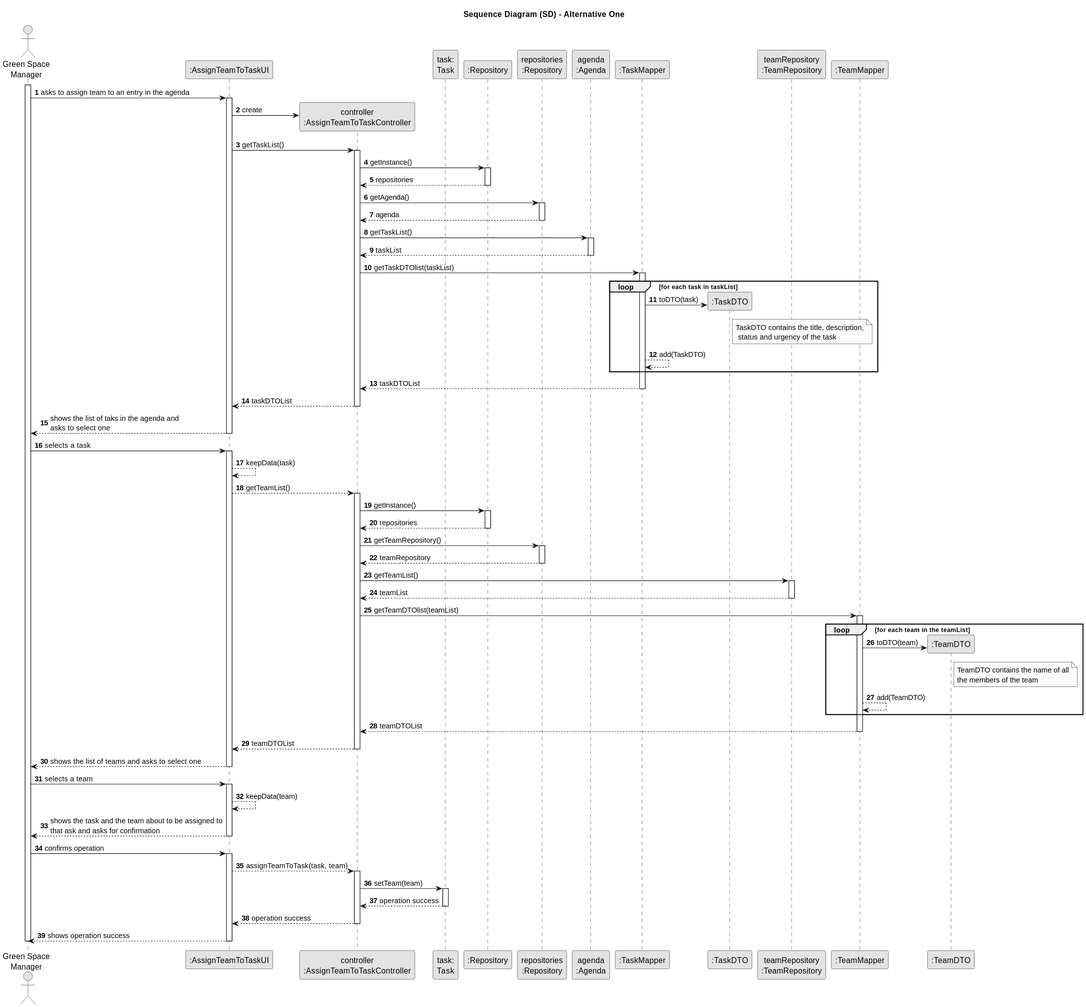
The PlantUML diagram docs/sprintC/us023/03.design/svg/us023-sequence-diagram.svg in Rui-San/LAPR2_2023_2024, before a commit.
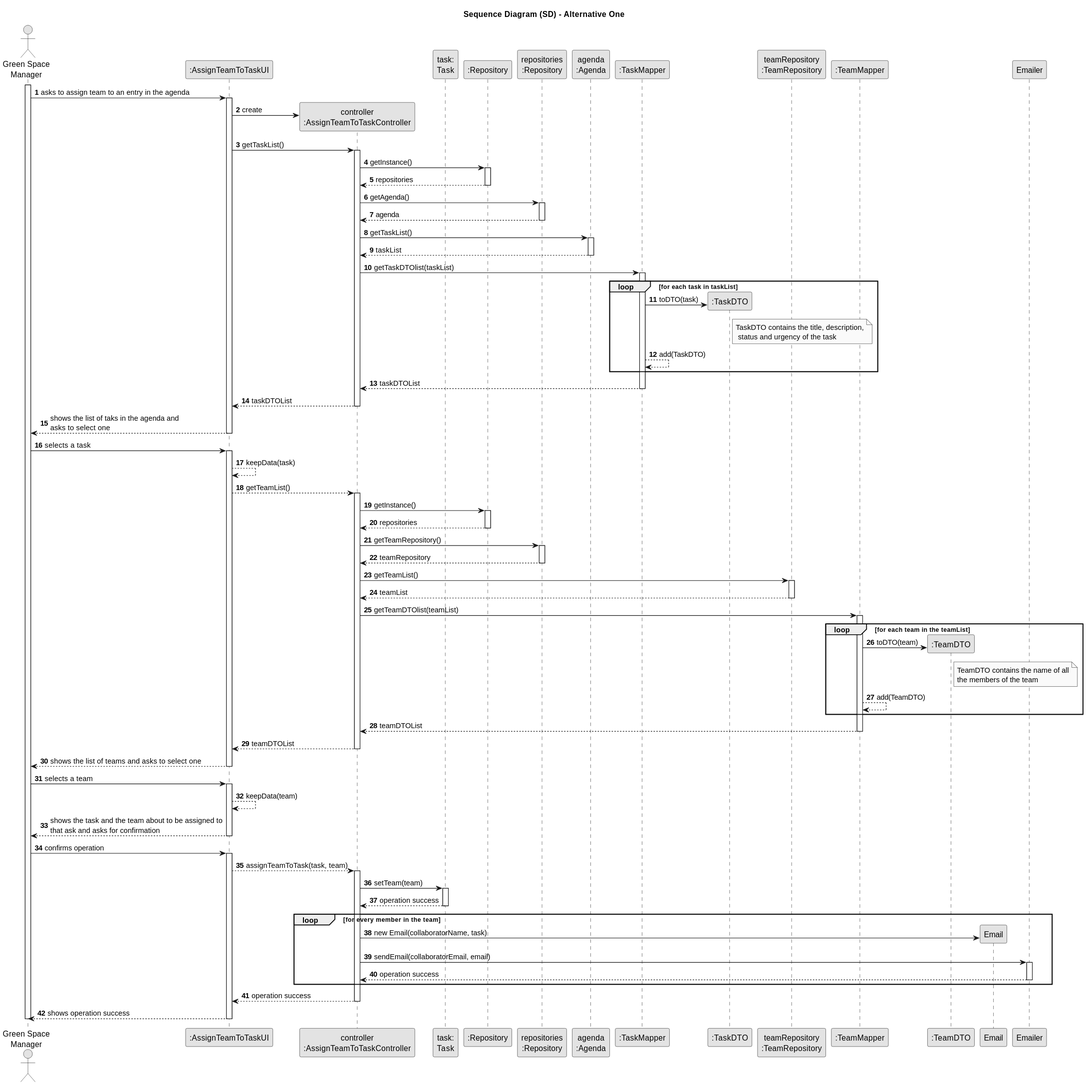
Above is the later version.

What changed in the source:
```diff
@@ -130,6 +130,14 @@
 
                 Task --> CTRL : operation success
             deactivate Task
+            loop for every member in the team
+            CTRL -> Email** : new Email(collaboratorName, task)
+            CTRL -> Emailer : sendEmail(collaboratorEmail, email)
+            activate Emailer
+
+                Emailer --> CTRL : operation success
+            deactivate Emailer
+            end loop
             CTRL --> UI : operation success
         deactivate CTRL
         UI --> GSM: shows operation success
```
